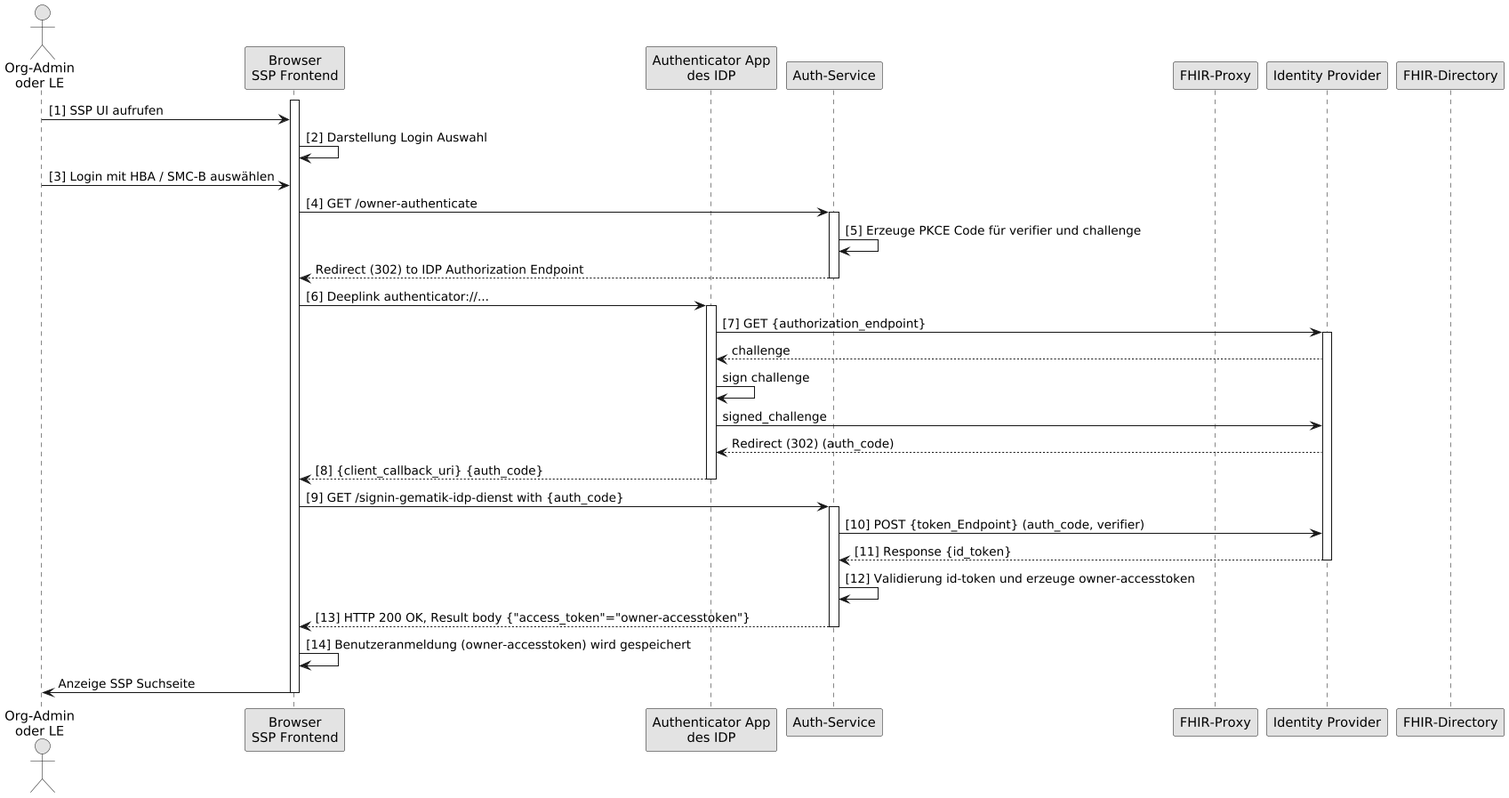
This is images/diagrams/SequenceDiagram.FHIR-Directory.SSP.Auth.Card.png from gematik/api-vzd, a PlantUML export, as it was before one commit.
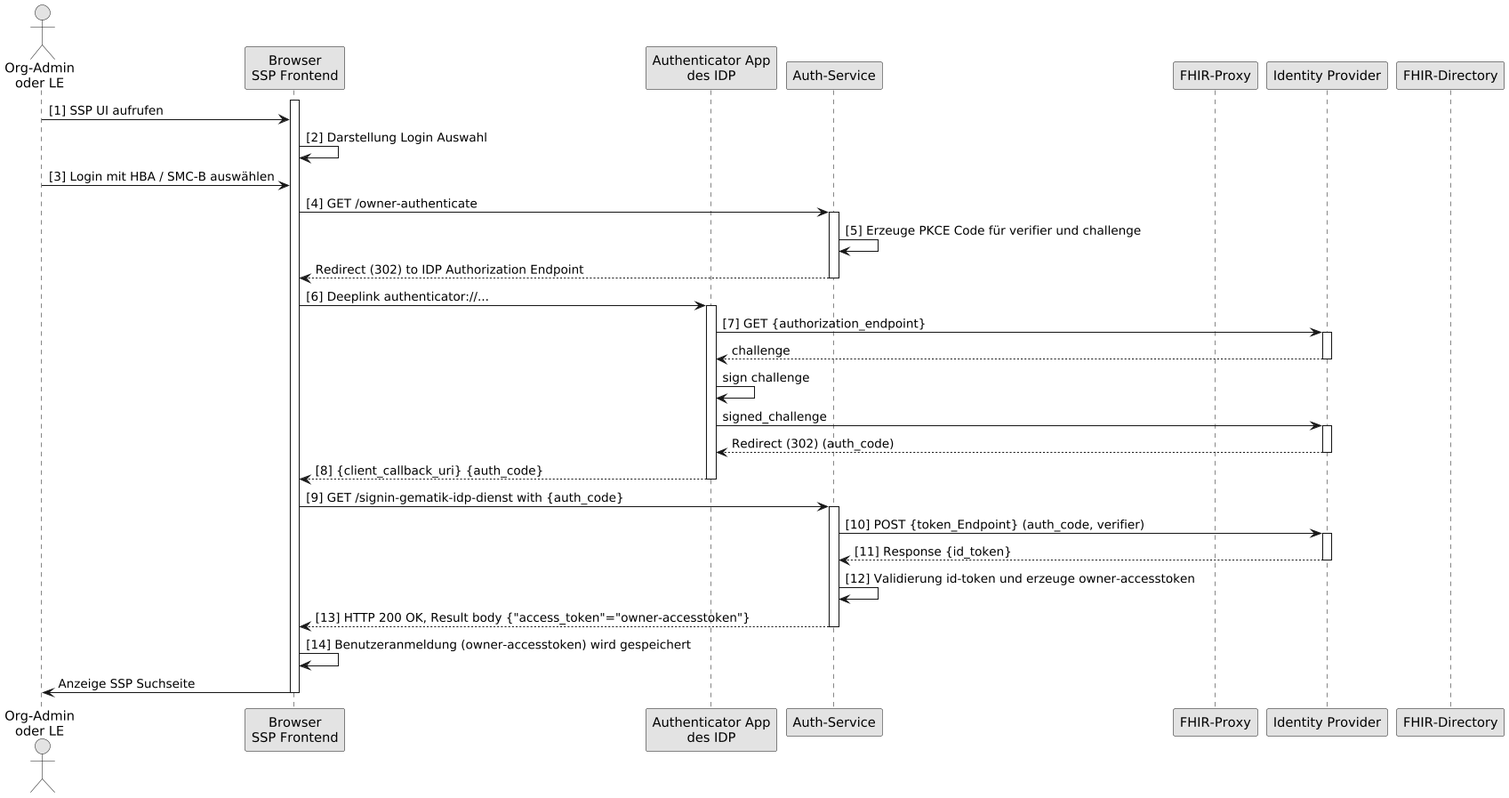
Above is the later version.

Commit message:
Commit from GitHub Actions (GeneratePlantumlImages)

The edit, as a diff of the source:
```diff
@@ -29,17 +29,20 @@
 aa -> idp: [7] GET {authorization_endpoint}
 activate idp
 idp --> aa: challenge
+deactivate idp
 aa -> aa: sign challenge
 aa-> idp: signed_challenge
+activate idp
 idp --> aa: Redirect (302) (auth_code)
+deactivate idp
 aa --> cl: [8] {client_callback_uri} {auth_code}
 deactivate aa
 
 cl -> au: [9] GET /signin-gematik-idp-dienst with {auth_code}
 activate au
 au -> idp: [10] POST {token_Endpoint} (auth_code, verifier)
+activate idp
 idp --> au: [11] Response {id_token}
-
 deactivate idp
 
 au -> au: [12] Validierung id-token und erzeuge owner-accesstoken
```
